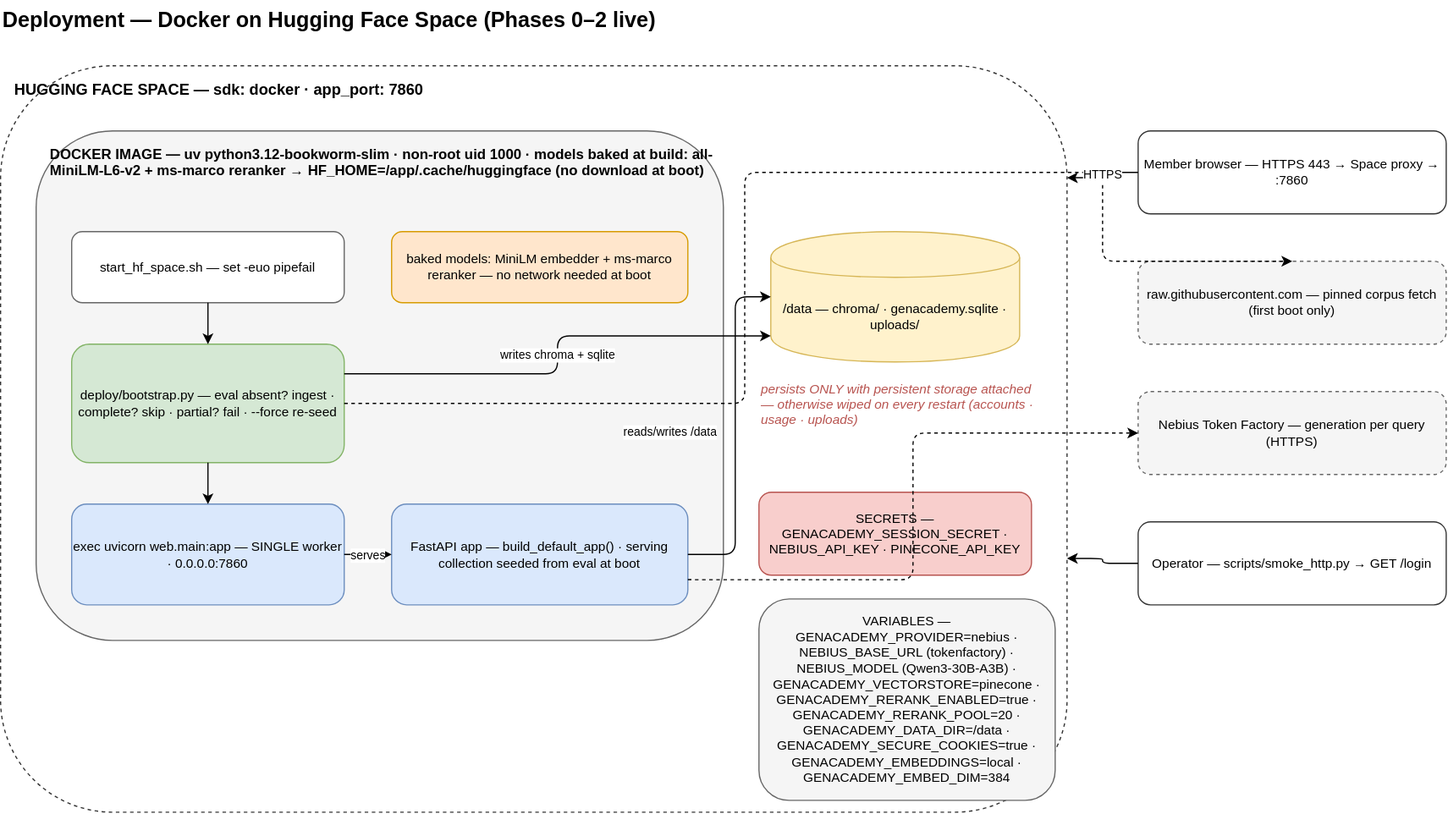
This is docs/diagrams/04-deployment-hf-space.svg from manjunath84/genacademy-rag, a draw.io export, as it was before one commit. Source tidied: cells renumbered, new cells last; positions are measured from the earlier drawing's top-left corner, leaving out a move shared by most shapes.
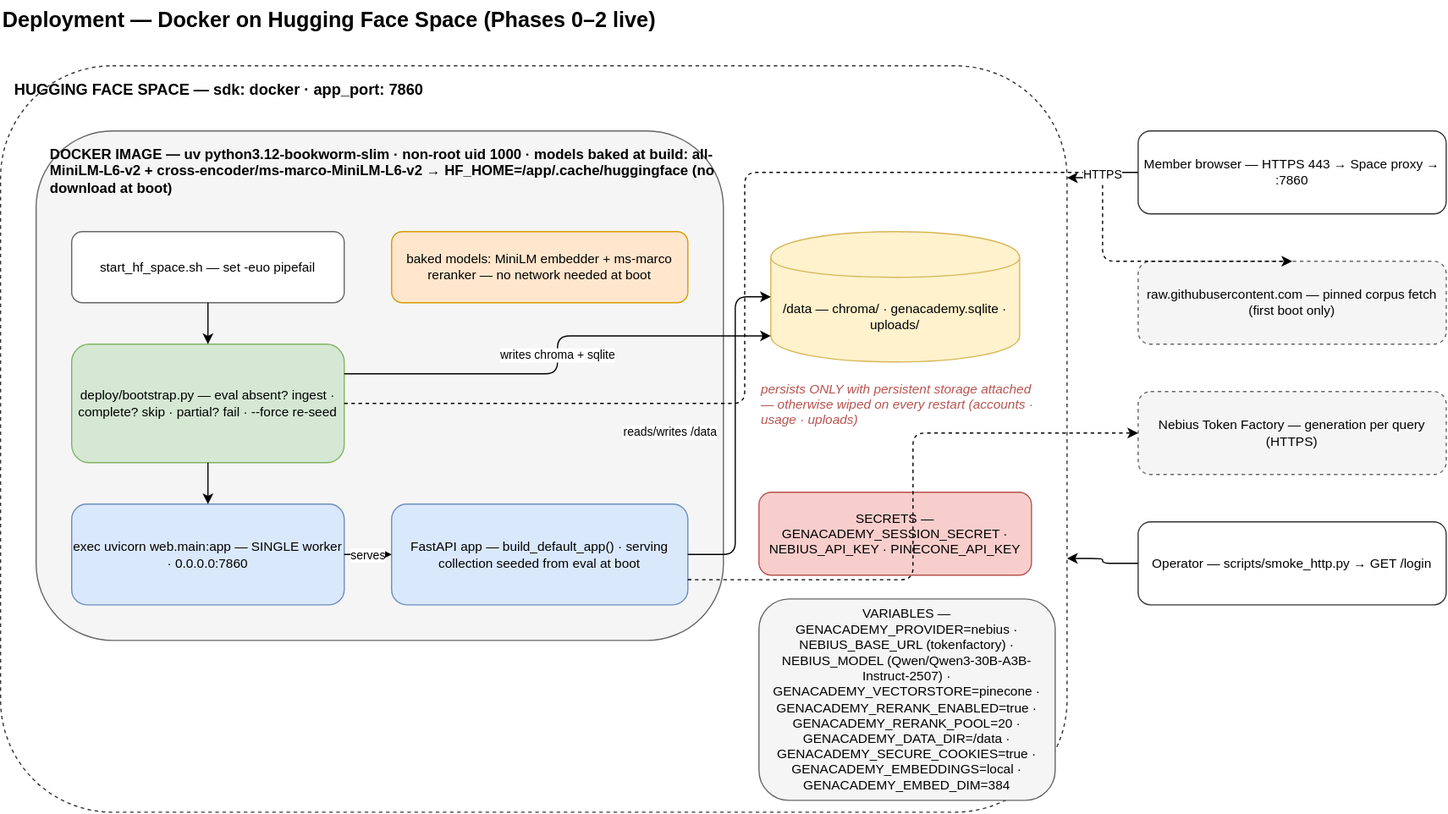
Later version of the same file.

Commit message:
docs: address Codex review of diagram refresh — full model IDs

Change to the diagram source:
```diff
@@ -8,7 +8,7 @@
     <mxCell id="3" value="HUGGING FACE SPACE — sdk: docker · app_port: 7860" style="rounded=1;whiteSpace=wrap;html=1;dashed=1;verticalAlign=top;align=left;spacingLeft=10;spacingTop=6;fontStyle=1;fontSize=13;fillColor=none;strokeColor=#333333;" parent="1" vertex="1">
       <mxGeometry y="55" width="900" height="630" as="geometry" />
     </mxCell>
-    <mxCell id="4" value="DOCKER IMAGE — uv python3.12-bookworm-slim · non-root uid 1000 · models baked at build: all-MiniLM-L6-v2 + ms-marco reranker → HF_HOME=/app/.cache/huggingface (no download at boot)" style="rounded=1;whiteSpace=wrap;html=1;verticalAlign=top;align=left;spacingLeft=10;spacingTop=6;fontStyle=1;fontSize=12;fillColor=#f5f5f5;strokeColor=#666666;" parent="1" vertex="1">
+    <mxCell id="4" value="DOCKER IMAGE — uv python3.12-bookworm-slim · non-root uid 1000 · models baked at build: all-MiniLM-L6-v2 + cross-encoder/ms-marco-MiniLM-L6-v2 → HF_HOME=/app/.cache/huggingface (no download at boot)" style="rounded=1;whiteSpace=wrap;html=1;verticalAlign=top;align=left;spacingLeft=10;spacingTop=6;fontStyle=1;fontSize=12;fillColor=#f5f5f5;strokeColor=#666666;" parent="1" vertex="1">
       <mxGeometry x="30" y="110" width="580" height="430" as="geometry" />
     </mxCell>
     <mxCell id="5" value="start_hf_space.sh — set -euo pipefail" style="rounded=1;whiteSpace=wrap;html=1;fillColor=#ffffff;strokeColor=#666666;fontSize=11;" parent="1" vertex="1">
@@ -35,7 +35,7 @@
     <mxCell id="12" value="SECRETS — GENACADEMY_SESSION_SECRET · NEBIUS_API_KEY · PINECONE_API_KEY" style="rounded=1;whiteSpace=wrap;html=1;fillColor=#f8cecc;strokeColor=#b85450;fontSize=11;" parent="1" vertex="1">
       <mxGeometry x="640" y="415" width="230" height="70" as="geometry" />
     </mxCell>
-    <mxCell id="13" value="VARIABLES — GENACADEMY_PROVIDER=nebius · NEBIUS_BASE_URL (tokenfactory) · NEBIUS_MODEL (Qwen3-30B-A3B) · GENACADEMY_VECTORSTORE=pinecone · GENACADEMY_RERANK_ENABLED=true · GENACADEMY_RERANK_POOL=20 · GENACADEMY_DATA_DIR=/data · GENACADEMY_SECURE_COOKIES=true · GENACADEMY_EMBEDDINGS=local · GENACADEMY_EMBED_DIM=384" style="rounded=1;whiteSpace=wrap;html=1;fillColor=#f5f5f5;strokeColor=#666666;fontSize=11;" parent="1" vertex="1">
+    <mxCell id="13" value="VARIABLES — GENACADEMY_PROVIDER=nebius · NEBIUS_BASE_URL (tokenfactory) · NEBIUS_MODEL (Qwen/Qwen3-30B-A3B-Instruct-2507) · GENACADEMY_VECTORSTORE=pinecone · GENACADEMY_RERANK_ENABLED=true · GENACADEMY_RERANK_POOL=20 · GENACADEMY_DATA_DIR=/data · GENACADEMY_SECURE_COOKIES=true · GENACADEMY_EMBEDDINGS=local · GENACADEMY_EMBED_DIM=384" style="rounded=1;whiteSpace=wrap;html=1;fillColor=#f5f5f5;strokeColor=#666666;fontSize=11;" parent="1" vertex="1">
       <mxGeometry x="640" y="505" width="250" height="170" as="geometry" />
     </mxCell>
     <mxCell id="14" value="Member browser — HTTPS 443 → Space proxy → :7860" style="rounded=1;whiteSpace=wrap;html=1;fillColor=#ffffff;strokeColor=#333333;fontSize=11;" parent="1" vertex="1">
```
